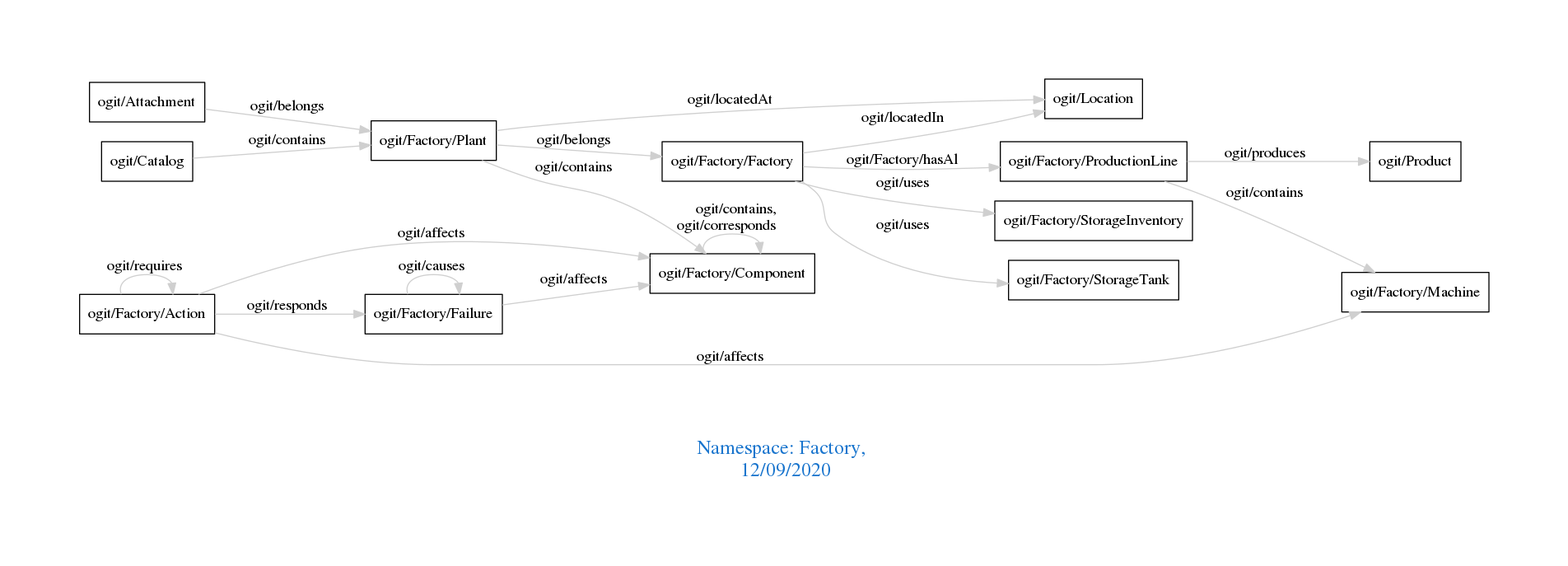
Earlier version of the Graphviz export downloads/Factory.png (arago/OGIT). Its source is kept beside it as downloads/Factory.dot.
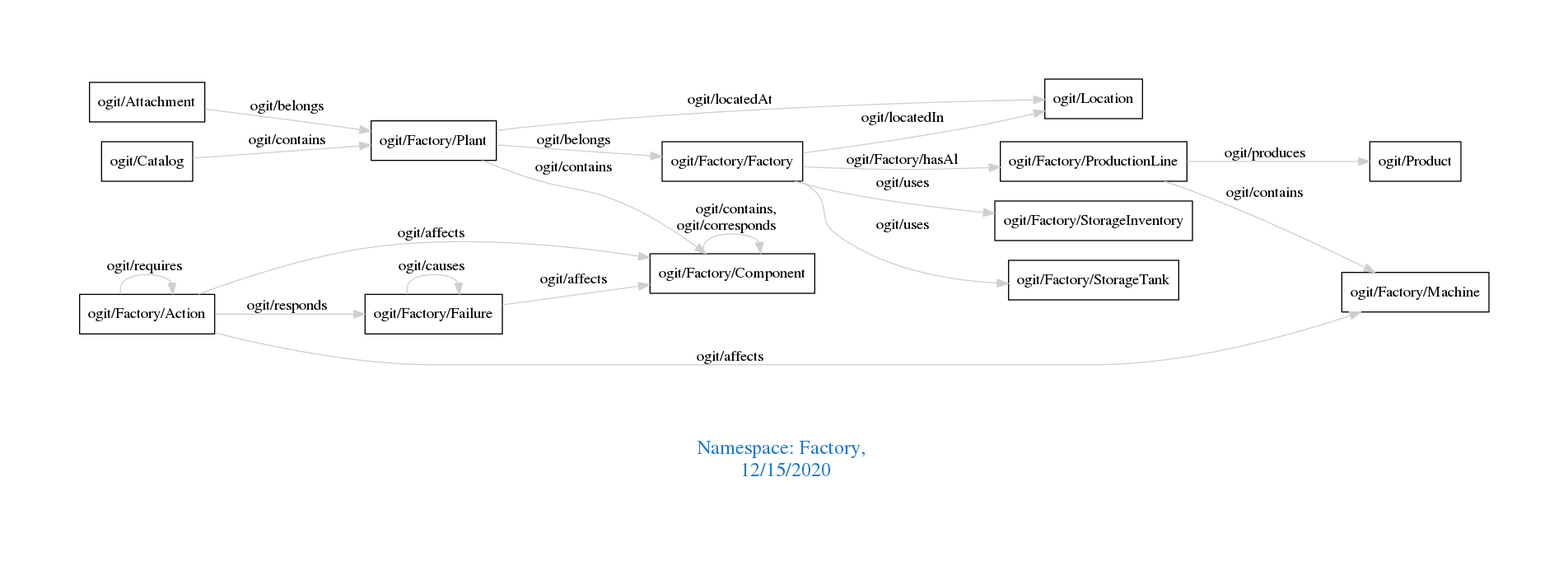
After the change.

What changed in the source:
```diff
@@ -1,7 +1,7 @@
 digraph OGIT_ontology {
  graph [ rankdir= LR,pad=1
 fontsize = 18,
-fontcolor= dodgerblue3,label = "\n\n\nNamespace: Factory, \n 12/09/2020"];
+fontcolor= dodgerblue3,label = "\n\n\nNamespace: Factory, \n 12/15/2020"];
 node[shape=polygon];
 edge [  color="gray81"];
 
```
